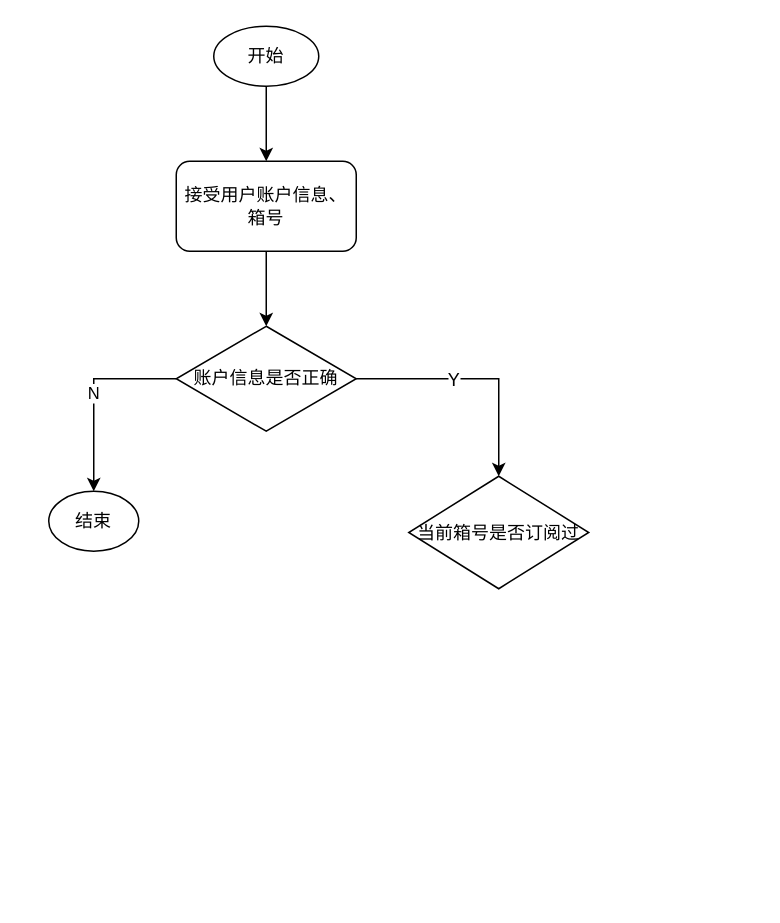
Before: port-manager/松下箱号订阅.drawio in caixuecheng/track-drawio, a draw.io diagram. Source tidied: cells renumbered, new cells numbered last; positions are measured from the earlier drawing's top-left corner, leaving out a move shared by most shapes. Both pictures are drawn from the tidied source at 150%, with x=0, y=0 at pixel (48, 26).
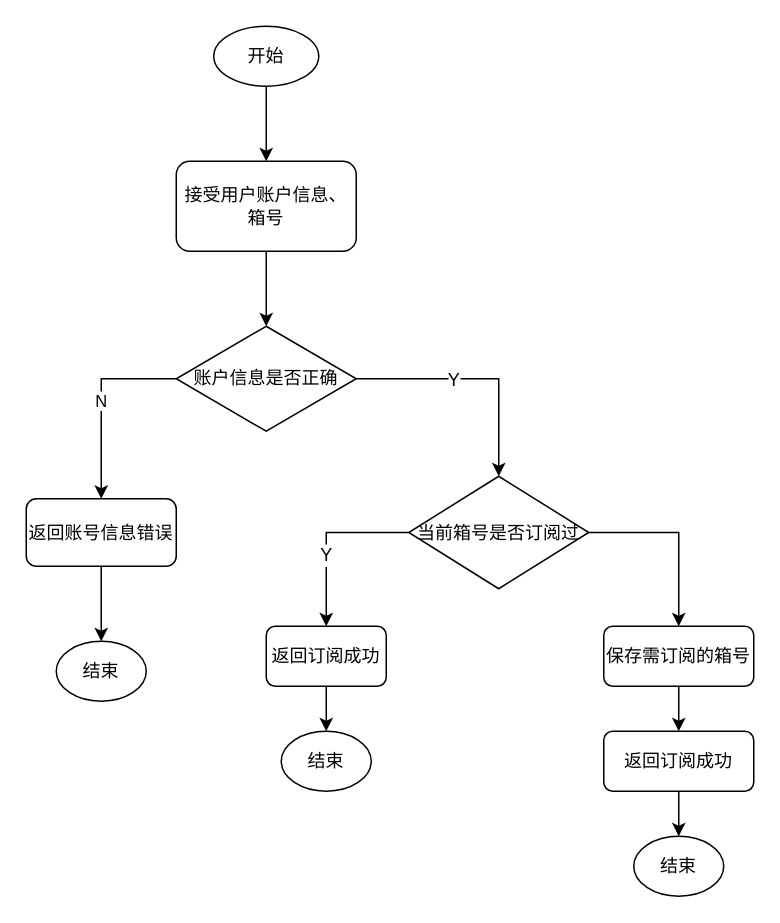
Above is the later version.

Commit message (it also covers changes not shown here):
更新松下箱号订阅.drawio

The change refers to these unchanged cells:
```xml
<mxCell id="9" value="账户信息是否正确" style="rhombus;whiteSpace=wrap;html=1;" parent="1" vertex="1">
  <mxGeometry x="85" y="200" width="120" height="70" as="geometry" />
</mxCell>
<mxCell id="11" value="当前箱号是否订阅过" style="rhombus;whiteSpace=wrap;html=1;" parent="1" vertex="1">
  <mxGeometry x="240" y="300" width="120" height="75" as="geometry" />
</mxCell>
```

The edit, as a diff of the source:
```diff
@@
-    <mxCell id="6" value="N" style="edgeStyle=orthogonalEdgeStyle;rounded=0;jettySize=auto;html=1;exitX=0;exitY=0.5;exitDx=0;exitDy=0;entryX=0.5;entryY=0;entryDx=0;entryDy=0;" parent="1" edge="1" source="9" target="10">
+    <mxCell id="6" value="N" style="edgeStyle=orthogonalEdgeStyle;rounded=0;jettySize=auto;html=1;exitX=0;exitY=0.5;exitDx=0;exitDy=0;entryX=0.5;entryY=0;entryDx=0;entryDy=0;" parent="1" edge="1" source="9" target="19">
       <mxGeometry relative="1" as="geometry" />
     </mxCell>
@@
-    <mxCell id="10" value="结束" style="ellipse;whiteSpace=wrap;html=1;" parent="1" vertex="1">
-      <mxGeometry y="310" width="60" height="40" as="geometry" />
-    </mxCell>
+    <mxCell id="12" style="edgeStyle=orthogonalEdgeStyle;rounded=0;jettySize=auto;html=1;exitX=0;exitY=0.5;exitDx=0;exitDy=0;entryX=0.5;entryY=0;entryDx=0;entryDy=0;" parent="1" edge="1" source="11" target="16">
+      <mxGeometry relative="1" as="geometry" />
+    </mxCell>
+    <mxCell id="13" value="Y" style="text;html=1;align=center;verticalAlign=middle;labelBackgroundColor=#ffffff;" parent="12" vertex="1">
+      <mxGeometry x="-0.06" y="15" relative="1" as="geometry">
+        <mxPoint x="-16" y="15" as="offset" />
+      </mxGeometry>
+    </mxCell>
+    <mxCell id="14" style="edgeStyle=orthogonalEdgeStyle;rounded=0;jettySize=auto;html=1;exitX=1;exitY=0.5;exitDx=0;exitDy=0;entryX=0.5;entryY=0;entryDx=0;entryDy=0;" parent="1" edge="1" source="11" target="22">
+      <mxGeometry relative="1" as="geometry" />
+    </mxCell>
@@
+    <mxCell id="15" style="edgeStyle=orthogonalEdgeStyle;rounded=0;jettySize=auto;html=1;exitX=0.5;exitY=1;exitDx=0;exitDy=0;entryX=0.5;entryY=0;entryDx=0;entryDy=0;" parent="1" edge="1" source="16" target="17">
+      <mxGeometry relative="1" as="geometry" />
+    </mxCell>
+    <mxCell id="16" value="返回订阅成功" style="rounded=1;whiteSpace=wrap;html=1;" parent="1" vertex="1">
+      <mxGeometry x="145" y="400" width="80" height="40" as="geometry" />
+    </mxCell>
+    <mxCell id="17" value="结束" style="ellipse;whiteSpace=wrap;html=1;" parent="1" vertex="1">
+      <mxGeometry x="155" y="470" width="60" height="40" as="geometry" />
+    </mxCell>
+    <mxCell id="18" style="edgeStyle=orthogonalEdgeStyle;rounded=0;jettySize=auto;html=1;exitX=0.5;exitY=1;exitDx=0;exitDy=0;entryX=0.5;entryY=0;entryDx=0;entryDy=0;" parent="1" edge="1" source="19" target="20">
+      <mxGeometry relative="1" as="geometry" />
+    </mxCell>
+    <mxCell id="19" value="返回账号信息错误" style="rounded=1;whiteSpace=wrap;html=1;" parent="1" vertex="1">
+      <mxGeometry x="-15" y="315" width="100" height="45" as="geometry" />
+    </mxCell>
+    <mxCell id="20" value="结束" style="ellipse;whiteSpace=wrap;html=1;" parent="1" vertex="1">
+      <mxGeometry x="5" y="410" width="60" height="40" as="geometry" />
+    </mxCell>
+    <mxCell id="21" style="edgeStyle=orthogonalEdgeStyle;rounded=0;jettySize=auto;html=1;exitX=0.5;exitY=1;exitDx=0;exitDy=0;entryX=0.5;entryY=0;entryDx=0;entryDy=0;" parent="1" edge="1" source="22" target="24">
+      <mxGeometry relative="1" as="geometry" />
+    </mxCell>
+    <mxCell id="22" value="保存需订阅的箱号" style="rounded=1;whiteSpace=wrap;html=1;" parent="1" vertex="1">
+      <mxGeometry x="370" y="400" width="100" height="40" as="geometry" />
+    </mxCell>
+    <mxCell id="23" style="edgeStyle=orthogonalEdgeStyle;rounded=0;jettySize=auto;html=1;exitX=0.5;exitY=1;exitDx=0;exitDy=0;entryX=0.5;entryY=0;entryDx=0;entryDy=0;" parent="1" edge="1" source="24" target="25">
+      <mxGeometry relative="1" as="geometry" />
+    </mxCell>
+    <mxCell id="24" value="返回订阅成功" style="rounded=1;whiteSpace=wrap;html=1;" parent="1" vertex="1">
+      <mxGeometry x="370" y="470" width="100" height="40" as="geometry" />
+    </mxCell>
+    <mxCell id="25" value="结束" style="ellipse;whiteSpace=wrap;html=1;" parent="1" vertex="1">
+      <mxGeometry x="390" y="540" width="60" height="40" as="geometry" />
+    </mxCell>
```
